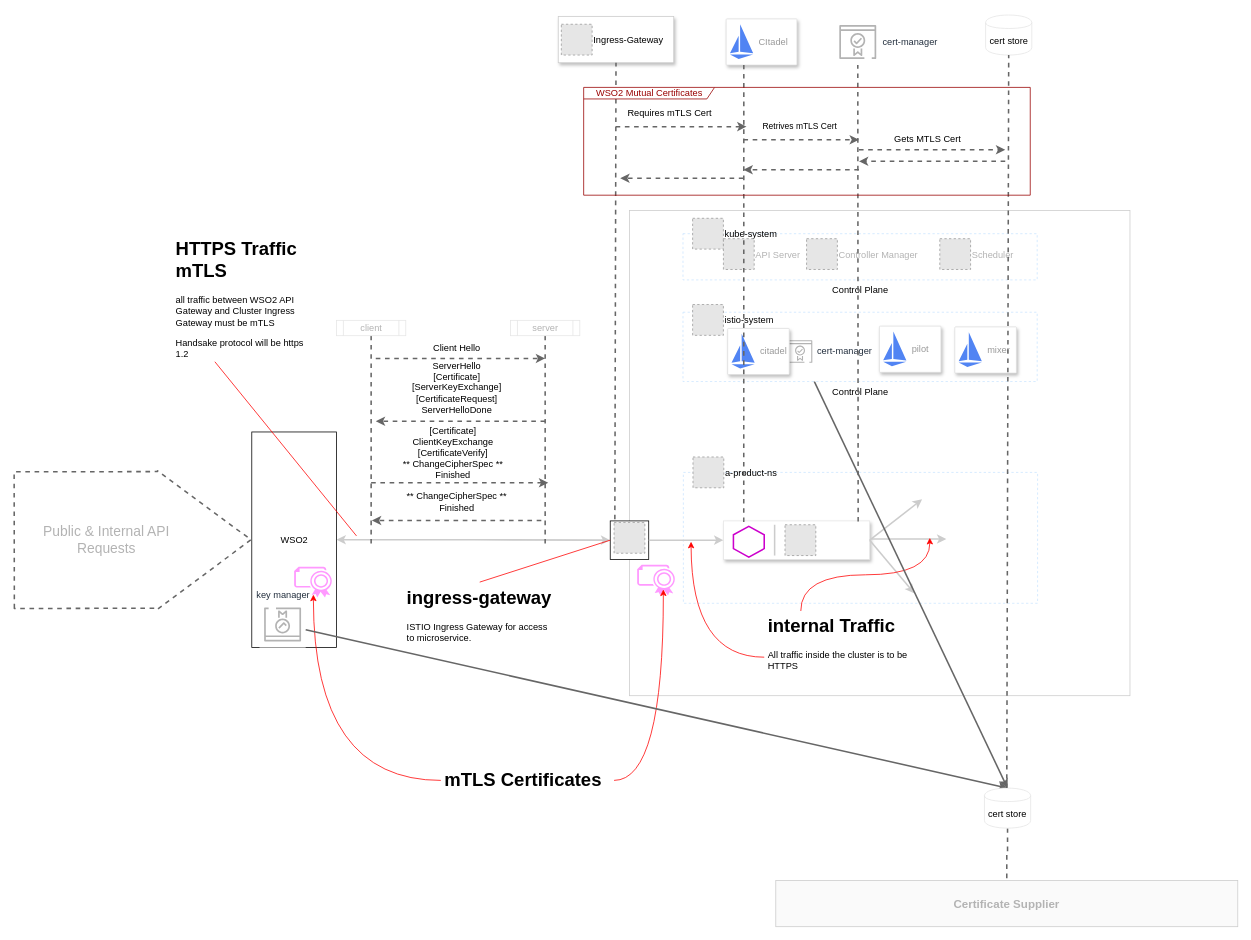
Before: mtls-gatewaytocluster.drawio in ourjamie/diagraming, a draw.io diagram. Source tidied: cells renumbered, new cells numbered last; positions are measured from the earlier drawing's top-left corner, leaving out a move shared by most shapes. Both pictures are drawn from the tidied source at 77%, with x=0, y=0 at pixel (13, 15). Pictures stored in the file or linked from it are replaced by grey dashed boxes.
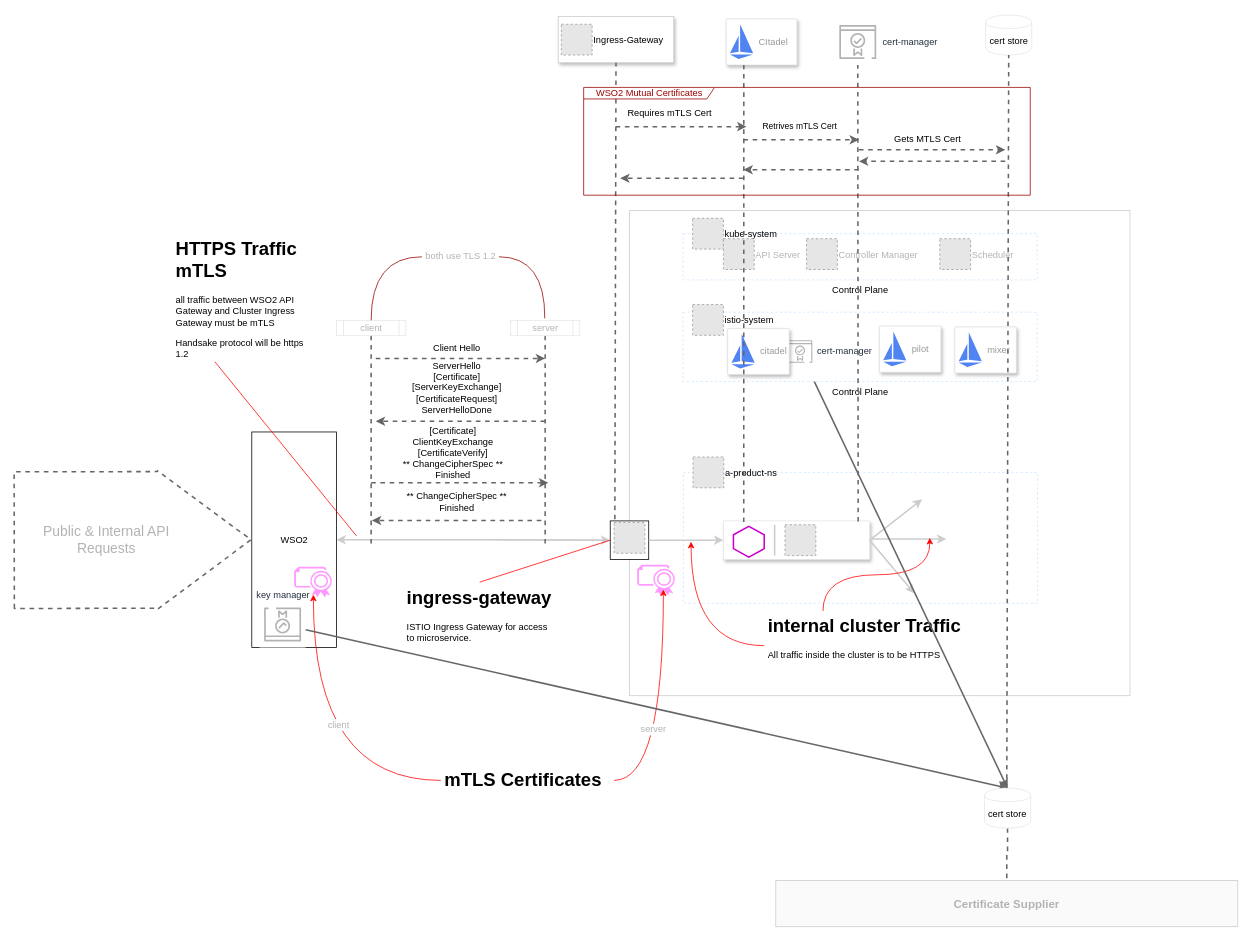
After the change.

Unchanged cells that the change refers to:
```xml
<mxCell id="28" style="edgeStyle=orthogonalEdgeStyle;curved=1;jettySize=auto;html=1;entryX=0.5;entryY=0.905;entryDx=0;entryDy=0;entryPerimeter=0;startArrow=none;startFill=0;strokeColor=#FF0000;strokeWidth=1;exitX=0;exitY=0.5;exitDx=0;exitDy=0;" parent="1" edge="1" source="30" target="21">
  <mxGeometry relative="1" as="geometry" />
</mxCell>
<mxCell id="29" style="edgeStyle=orthogonalEdgeStyle;curved=1;jettySize=auto;html=1;entryX=0.68;entryY=0.8;entryDx=0;entryDy=0;entryPerimeter=0;startArrow=none;startFill=0;strokeColor=#FF0000;strokeWidth=1;" parent="1" edge="1" source="30" target="20">
  <mxGeometry relative="1" as="geometry" />
</mxCell>
<mxCell id="35" value="client" style="shape=process;whiteSpace=wrap;html=1;backgroundOutline=1;shadow=0;strokeWidth=1;strokeColor=#E6E6E6;fontColor=#B3B3B3;" parent="1" vertex="1">
  <mxGeometry x="419.5" y="396.5" width="90" height="20" as="geometry" />
</mxCell>
```

What changed in the source:
```diff
@@
-    <mxCell id="27" value="&lt;h1&gt;internal Traffic&lt;/h1&gt;&lt;p&gt;All traffic inside the cluster is to be HTTPS&lt;/p&gt;" style="text;html=1;strokeColor=none;fillColor=none;spacing=5;spacingTop=-20;whiteSpace=wrap;overflow=hidden;rounded=0;shadow=0;" parent="1" vertex="1">
-      <mxGeometry x="975" y="774" width="190" height="120" as="geometry" />
+    <mxCell id="27" value="&lt;h1&gt;internal cluster Traffic&lt;/h1&gt;&lt;p&gt;All traffic inside the cluster is to be HTTPS&lt;/p&gt;" style="text;html=1;strokeColor=none;fillColor=none;spacing=5;spacingTop=-20;whiteSpace=wrap;overflow=hidden;rounded=0;shadow=0;" parent="1" vertex="1">
+      <mxGeometry x="975" y="774" width="305" height="90" as="geometry" />
     </mxCell>
@@
+    <mxCell id="87" value="client" style="text;html=1;align=center;verticalAlign=middle;labelBackgroundColor=#ffffff;fontColor=#B3B3B3;" parent="28" vertex="1">
+      <mxGeometry x="0.17" y="-32" relative="1" as="geometry" />
+    </mxCell>
@@
+    <mxCell id="88" value="server" style="text;html=1;align=center;verticalAlign=middle;labelBackgroundColor=#ffffff;fontColor=#B3B3B3;" parent="29" vertex="1">
+      <mxGeometry x="-0.16" y="14" relative="1" as="geometry" />
+    </mxCell>
@@
+    <mxCell id="89" style="edgeStyle=orthogonalEdgeStyle;jettySize=auto;html=1;entryX=0.5;entryY=0;entryDx=0;entryDy=0;startArrow=none;startFill=0;endArrow=none;endFill=0;strokeColor=#990000;strokeWidth=1;fontColor=#B3B3B3;align=left;curved=1;" parent="1" edge="1" source="91" target="35">
+      <mxGeometry relative="1" as="geometry" />
+    </mxCell>
+    <mxCell id="90" style="edgeStyle=orthogonalEdgeStyle;jettySize=auto;html=1;startArrow=none;startFill=0;endArrow=none;endFill=0;strokeColor=#990000;strokeWidth=1;fontColor=#B3B3B3;align=left;curved=1;" parent="1" edge="1" source="91">
+      <mxGeometry relative="1" as="geometry">
+        <mxPoint x="690" y="394" as="targetPoint" />
+      </mxGeometry>
+    </mxCell>
+    <mxCell id="91" value="both use TLS 1.2" style="text;html=1;strokeColor=none;fillColor=none;align=center;verticalAlign=middle;whiteSpace=wrap;rounded=0;shadow=0;fontColor=#B3B3B3;" parent="1" vertex="1">
+      <mxGeometry x="530.5" y="304" width="100" height="20" as="geometry" />
+    </mxCell>
```
